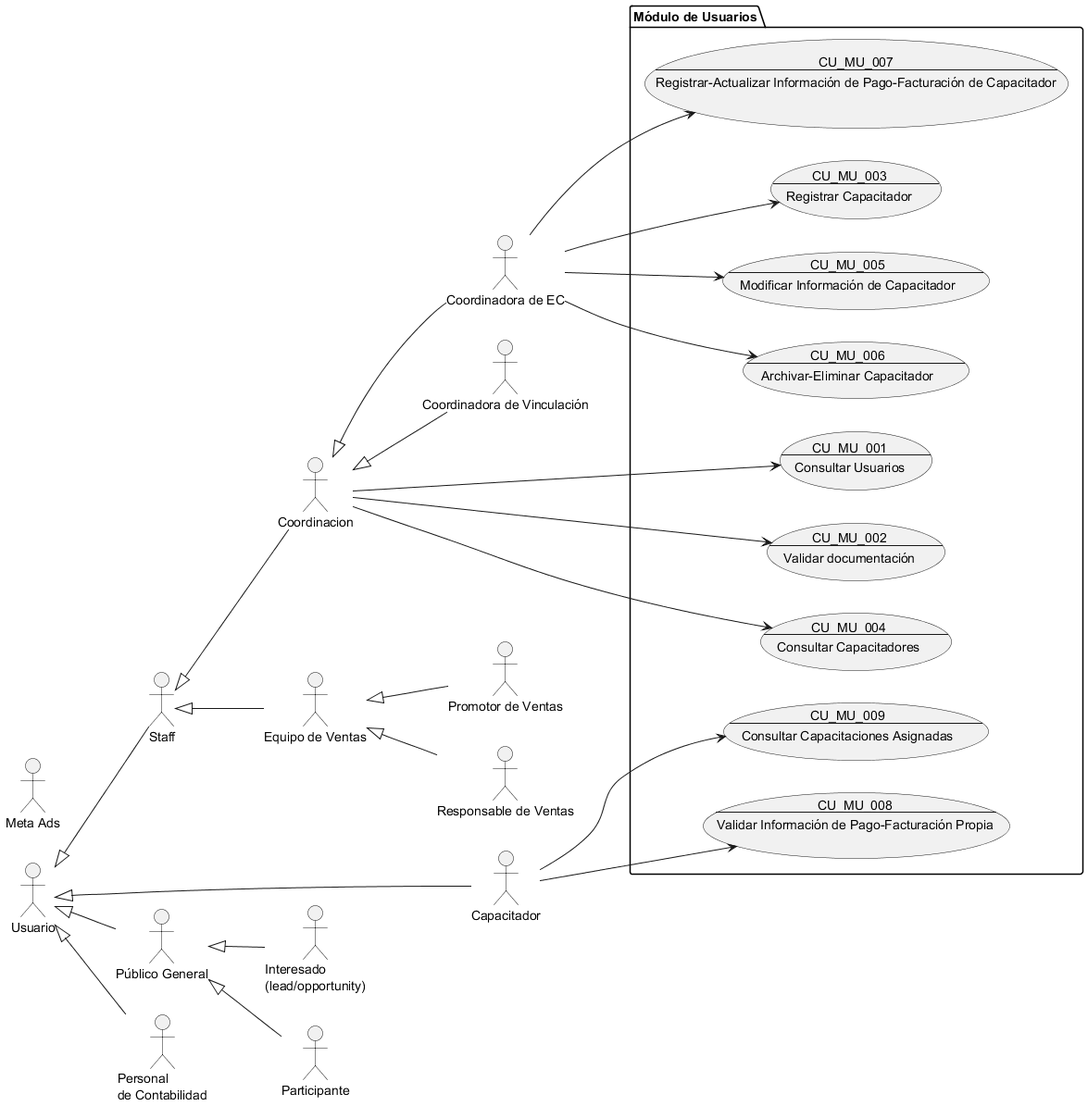
Above: Docs/Requerimientos/Diagramas/img/Módulo de Usuarios.png in Proyectos-Vinculacion-FMAT/ECFCA (PlantUML), before the change.
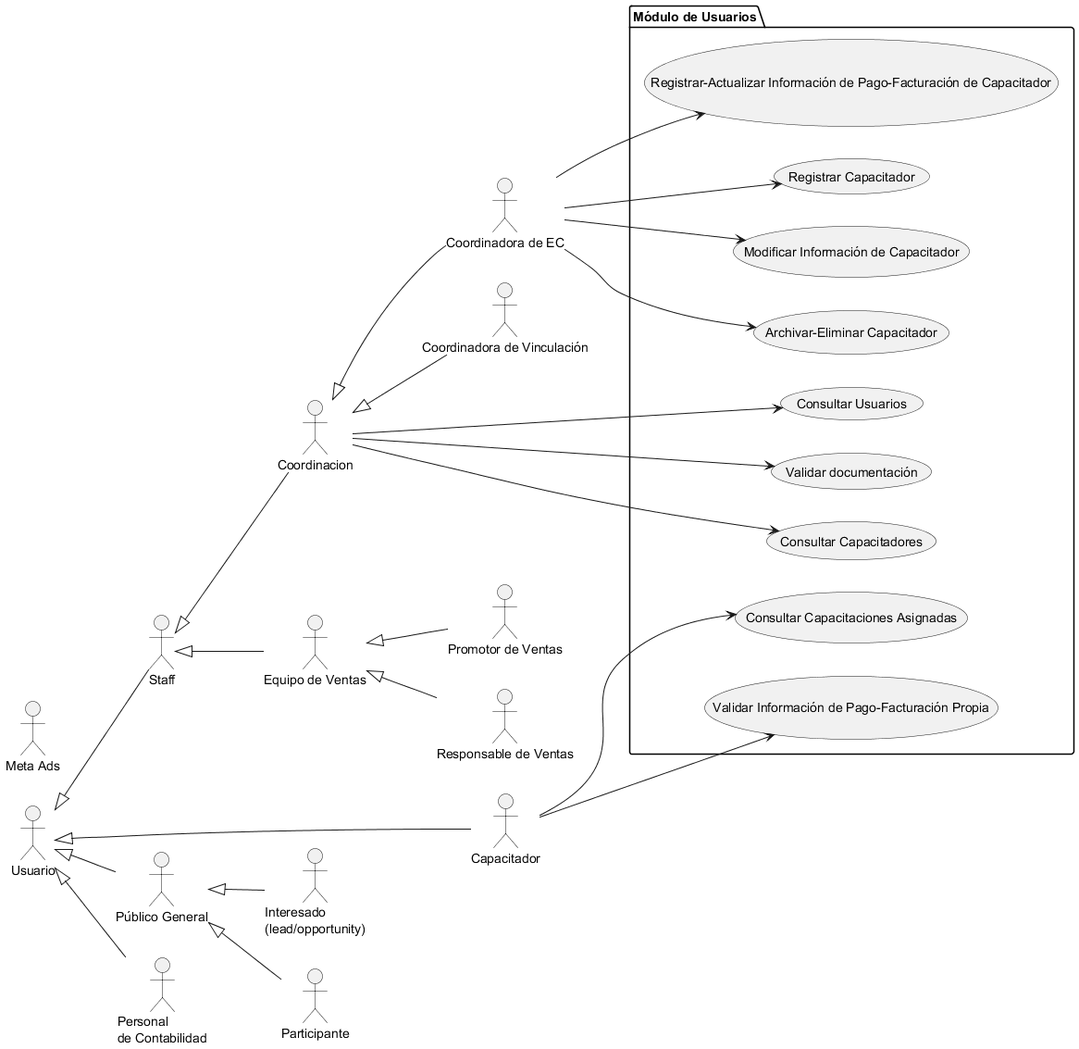
After the commit.

The edit, as a diff of the source:
```diff
@@ -3,51 +3,15 @@
 !include Actores.puml
 
 package "Módulo de Usuarios" {
-    usecase CU_MU_001 as "
-    CU_MU_001
-    ---
-    Consultar Usuarios
-    "
-    usecase CU_MU_002 as "
-    CU_MU_002
-    ---
-    Validar documentación
-    "
-    usecase CU_MU_003 as "
-    CU_MU_003
-    ---
-    Registrar Capacitador
-    "
-    usecase CU_MU_004 as "
-    CU_MU_004
-    ---
-    Consultar Capacitadores
-    "
-    usecase CU_MU_005 as "
-    CU_MU_005
-    ---
-    Modificar Información de Capacitador
-    "
-    usecase CU_MU_006 as "
-    CU_MU_006
-    ---
-    Archivar-Eliminar Capacitador
-    "
-    usecase CU_MU_007 as "
-    CU_MU_007
-    ---
-    Registrar-Actualizar Información de Pago-Facturación de Capacitador
-    "
-    usecase CU_MU_008 as "
-    CU_MU_008
-    ---
-    Validar Información de Pago-Facturación Propia
-    "
-    usecase CU_MU_009 as "
-    CU_MU_009
-    ---
-    Consultar Capacitaciones Asignadas
-    "
+    usecase CU_MU_001 as "Consultar Usuarios"
+    usecase CU_MU_002 as "Validar documentación"
+    usecase CU_MU_003 as "Registrar Capacitador"
+    usecase CU_MU_004 as "Consultar Capacitadores"
+    usecase CU_MU_005 as "Modificar Información de Capacitador"
+    usecase CU_MU_006 as "Archivar-Eliminar Capacitador"
+    usecase CU_MU_007 as "Registrar-Actualizar Información de Pago-Facturación de Capacitador"
+    usecase CU_MU_008 as "Validar Información de Pago-Facturación Propia"
+    usecase CU_MU_009 as "Consultar Capacitaciones Asignadas"
 }
 
 Capacitador --> CU_MU_009
```
